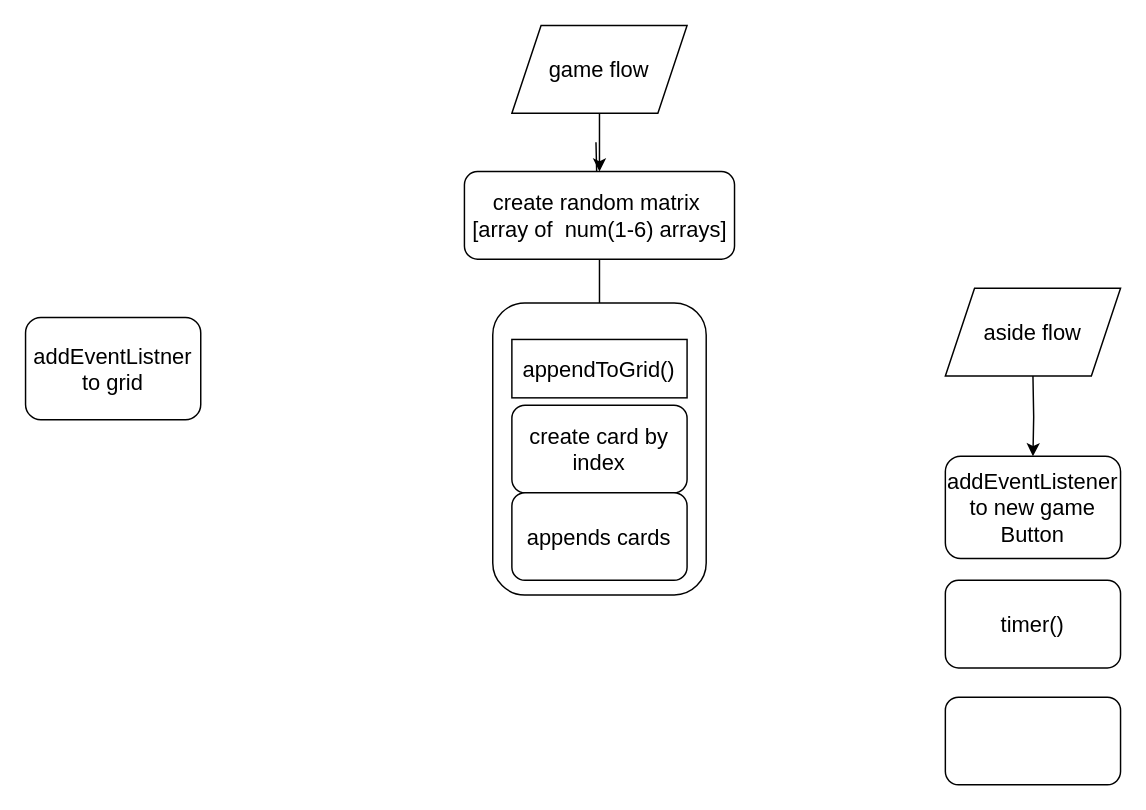
SKLC1/MemoryGameGroupProject keeps this draw.io diagram as tyuta2.drawio. Above is the earlier version. Source tidied: cells renumbered, new cells numbered last; positions are measured from the earlier drawing's top-left corner, leaving out a move shared by most shapes. Both pictures are drawn from the tidied source at 146%, with x=0, y=0 at pixel (25, 25).
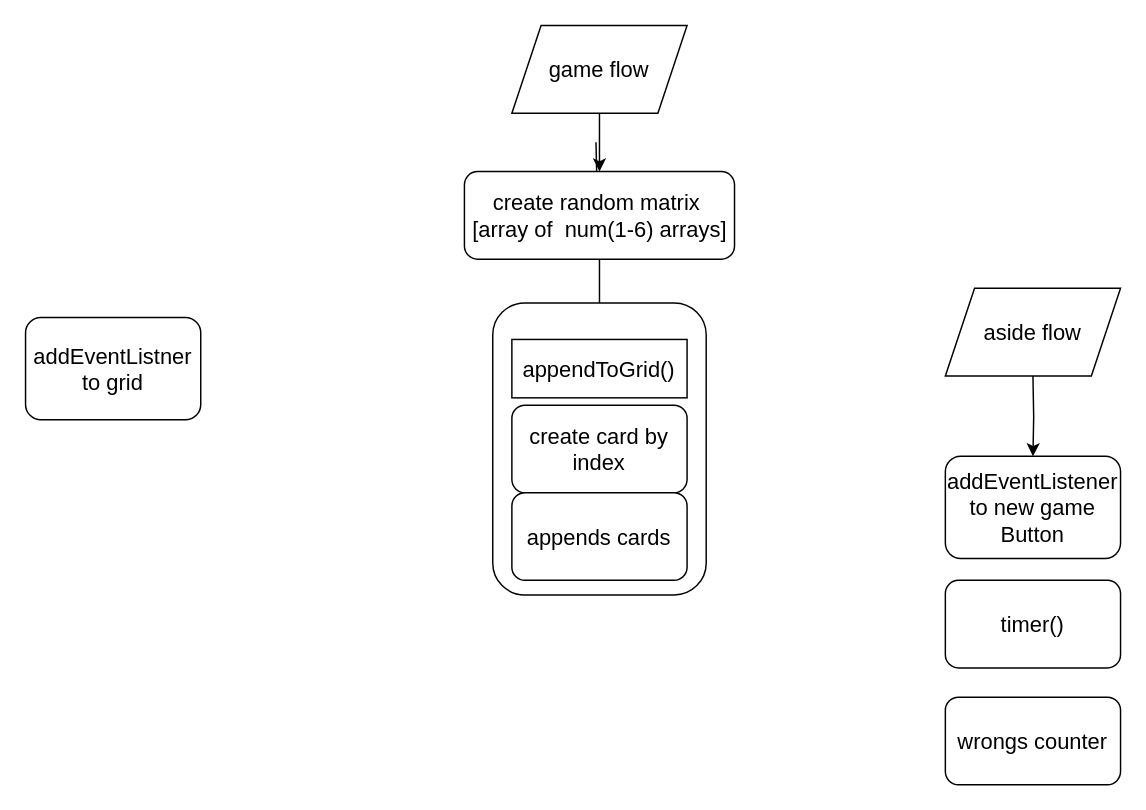
The same page after the edit.

Change to the diagram source:
```diff
@@
 <mxGraphModel>
   <root>
     <mxCell id="0" />
     <mxCell id="1" parent="0" />
     <mxCell id="2" style="edgeStyle=orthogonalEdgeStyle;rounded=0;jettySize=auto;html=1;fontSize=15;" parent="1" edge="1" target="4">
       <mxGeometry relative="1" as="geometry">
         <mxPoint x="390.7" y="80" as="sourcePoint" />
       </mxGeometry>
     </mxCell>
     <mxCell id="3" style="edgeStyle=orthogonalEdgeStyle;rounded=0;jettySize=auto;html=1;fontSize=15;" parent="1" edge="1" source="4" target="8">
       <mxGeometry relative="1" as="geometry" />
     </mxCell>
     <mxCell id="4" value="create random matrix&amp;nbsp;&lt;br&gt;[array of&amp;nbsp; num(1-6) arrays]" style="rounded=1;whiteSpace=wrap;html=1;fontSize=15;" parent="1" vertex="1">
       <mxGeometry x="300.6" y="100" width="185" height="60" as="geometry" />
     </mxCell>
     <mxCell id="5" style="rounded=1;whiteSpace=wrap;html=1;fontSize=15;" parent="1" vertex="1">
       <mxGeometry x="320" y="190" width="146.2" height="200" as="geometry" />
     </mxCell>
     <mxCell id="6" value="create card by index" style="rounded=1;whiteSpace=wrap;html=1;fontSize=15;" parent="1" vertex="1">
       <mxGeometry x="333.1" y="260" width="120" height="60" as="geometry" />
     </mxCell>
     <mxCell id="7" value="appends cards" style="rounded=1;whiteSpace=wrap;html=1;fontSize=15;" parent="1" vertex="1">
       <mxGeometry x="333.1" y="320" width="120" height="60" as="geometry" />
     </mxCell>
     <mxCell id="8" value="appendToGrid()" style="rounded=0;whiteSpace=wrap;html=1;fontSize=15;" parent="1" vertex="1">
       <mxGeometry x="333.1" y="215" width="120" height="40" as="geometry" />
     </mxCell>
     <mxCell id="9" value="addEventListner to grid" style="rounded=1;whiteSpace=wrap;html=1;fontSize=15;" parent="1" vertex="1">
       <mxGeometry y="200" width="120" height="70" as="geometry" />
     </mxCell>
     <mxCell id="10" value="addEventListener&lt;br&gt;to new game Button" style="rounded=1;whiteSpace=wrap;html=1;fontSize=15;" parent="1" vertex="1">
       <mxGeometry x="630" y="295" width="120" height="70" as="geometry" />
     </mxCell>
     <mxCell id="11" style="edgeStyle=orthogonalEdgeStyle;rounded=0;jettySize=auto;html=1;fontSize=15;" parent="1" edge="1" target="10">
       <mxGeometry relative="1" as="geometry">
         <mxPoint x="690" y="240" as="sourcePoint" />
       </mxGeometry>
     </mxCell>
     <mxCell id="12" value="timer()" style="rounded=1;whiteSpace=wrap;html=1;fontSize=15;" parent="1" vertex="1">
       <mxGeometry x="630" y="380" width="120" height="60" as="geometry" />
     </mxCell>
-    <mxCell id="13" style="rounded=1;whiteSpace=wrap;html=1;fontSize=15;" parent="1" vertex="1">
+    <mxCell id="13" value="wrongs counter" style="rounded=1;whiteSpace=wrap;html=1;fontSize=15;" parent="1" vertex="1">
       <mxGeometry x="630" y="460" width="120" height="60" as="geometry" />
     </mxCell>
     <mxCell id="14" style="edgeStyle=orthogonalEdgeStyle;rounded=0;jettySize=auto;html=1;fontSize=15;" parent="1" edge="1" source="15" target="4">
       <mxGeometry relative="1" as="geometry" />
     </mxCell>
     <mxCell id="15" value="game flow" style="shape=parallelogram;perimeter=parallelogramPerimeter;whiteSpace=wrap;html=1;fixedSize=1;fontSize=15;" parent="1" vertex="1">
       <mxGeometry x="333.1" width="120" height="60" as="geometry" />
     </mxCell>
     <mxCell id="16" value="aside flow" style="shape=parallelogram;perimeter=parallelogramPerimeter;whiteSpace=wrap;html=1;fixedSize=1;fontSize=15;" parent="1" vertex="1">
       <mxGeometry x="630" y="180" width="120" height="60" as="geometry" />
     </mxCell>
   </root>
 </mxGraphModel>
```
